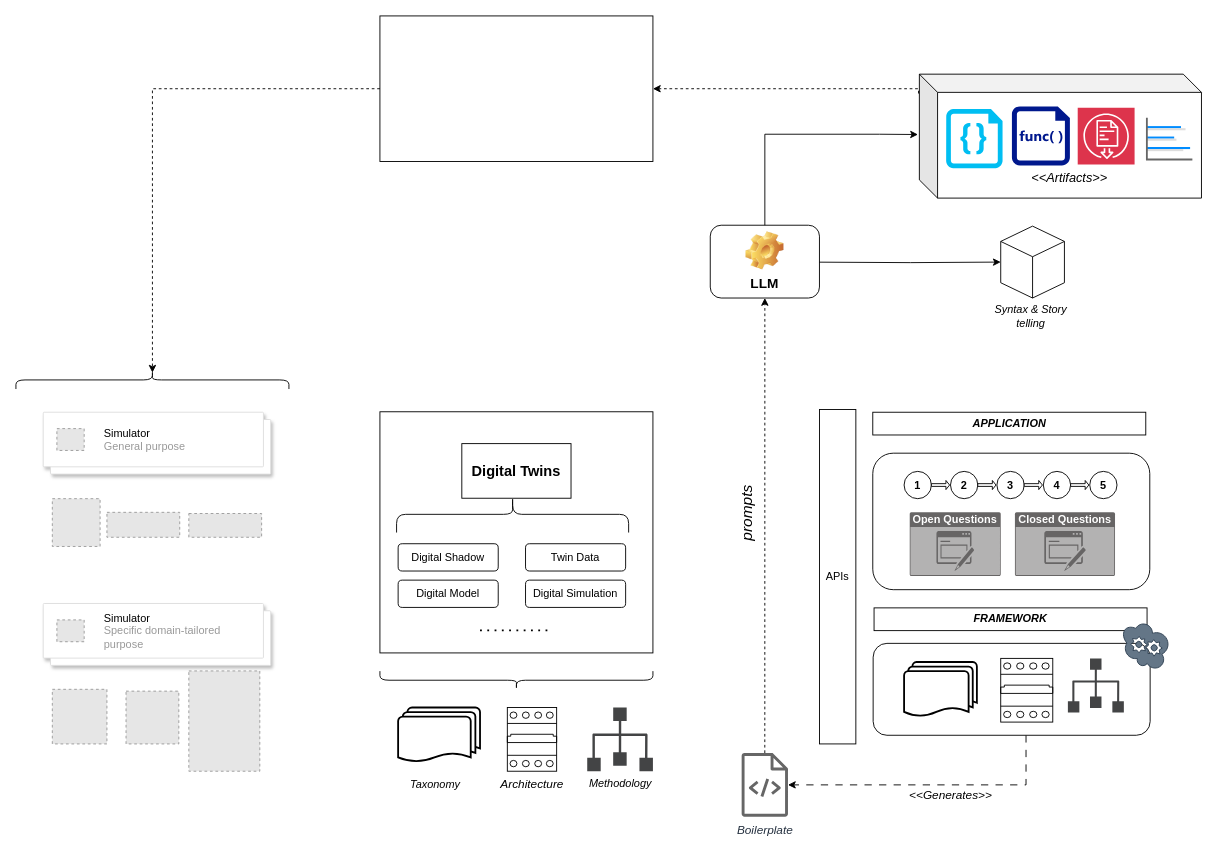
Earlier version of the draw.io diagram drawio/mams/dd-twins/DDTwins_Architecture.drawio (scrodrig/Diagrams). Source tidied: cells renumbered, new cells numbered last; positions are measured from the earlier drawing's top-left corner, leaving out a move shared by most shapes. Both pictures are drawn from the tidied source at 91%, with x=0, y=0 at pixel (43, 15). Pictures stored in the file or linked from it are replaced by grey dashed boxes.
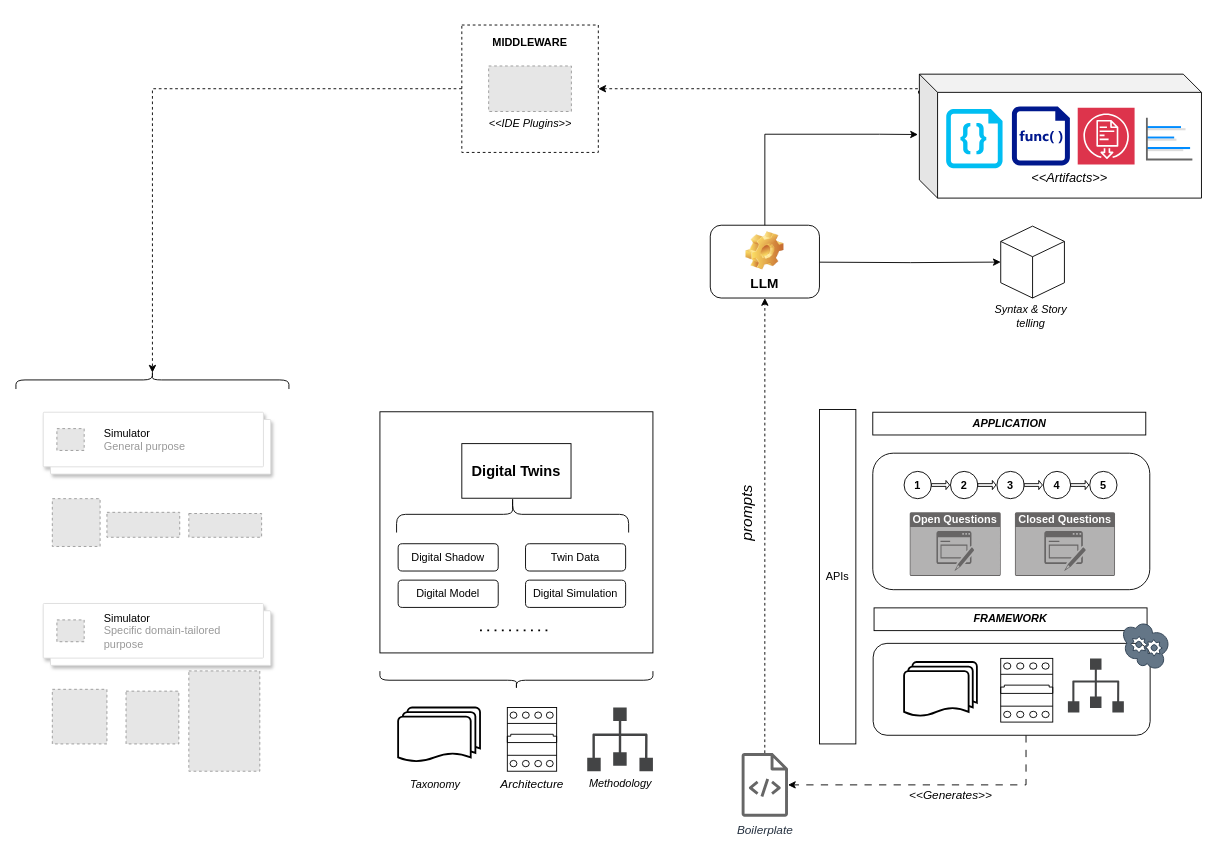
The same page after the edit.

Commit message:
Add a optional middleware

Change to the diagram source:
```diff
@@
-    <mxCell id="64" style="rounded=0;whiteSpace=wrap;html=1;" parent="1" vertex="1">
-      <mxGeometry x="370" width="300" height="160" as="geometry" />
+    <mxCell id="64" value="&lt;b&gt;MIDDLEWARE&lt;/b&gt;&lt;div&gt;&lt;b&gt;&lt;br&gt;&lt;/b&gt;&lt;/div&gt;&lt;div&gt;&lt;b&gt;&lt;br&gt;&lt;/b&gt;&lt;/div&gt;&lt;div&gt;&lt;br&gt;&lt;/div&gt;&lt;div&gt;&lt;b&gt;&lt;br&gt;&lt;/b&gt;&lt;/div&gt;&lt;div&gt;&lt;b&gt;&lt;br&gt;&lt;/b&gt;&lt;/div&gt;&lt;div&gt;&lt;b&gt;&lt;br&gt;&lt;/b&gt;&lt;/div&gt;&lt;div&gt;&lt;b&gt;&lt;br&gt;&lt;/b&gt;&lt;/div&gt;" style="rounded=0;whiteSpace=wrap;html=1;dashed=1;" parent="1" vertex="1">
+      <mxGeometry x="460" y="10" width="150" height="140" as="geometry" />
     </mxCell>
@@
+    <mxCell id="67" value="&lt;i&gt;&amp;lt;&amp;lt;IDE Plugins&amp;gt;&amp;gt;&lt;/i&gt;" style="fillColor=#E6E6E6;strokeColor=#999999;dashed=1;html=1;verticalLabelPosition=bottom;labelBackgroundColor=#ffffff;verticalAlign=top;" parent="1" vertex="1">
+      <mxGeometry x="489.5" y="55" width="90.9" height="50" as="geometry" />
+    </mxCell>
```
